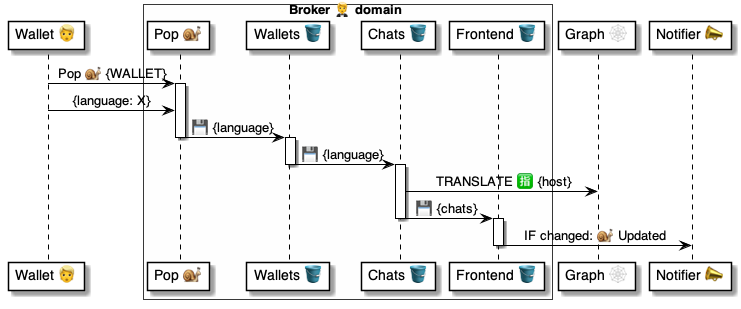
Before: 4 ⚙️ Solution/20 🧑‍🦰 UI/Brokers 🤵/🤵🪣 Broker tables/Chats 💬 table/🪣🧱 30 Inform ⏩ flow/🤵 Broker.Chats.Inform ⚙️ uml.png, a diagram exported from PlantUML (pollyweb-org/pollyweb-docs). Its source is kept beside it as 4 ⚙️ Solution/20 🧑‍🦰 UI/Brokers 🤵/🤵🪣 Broker tables/Chats 💬 table/🪣🧱 30 Inform ⏩ flow/🤵 Broker.Chats.Inform ⚙️ uml.puml.
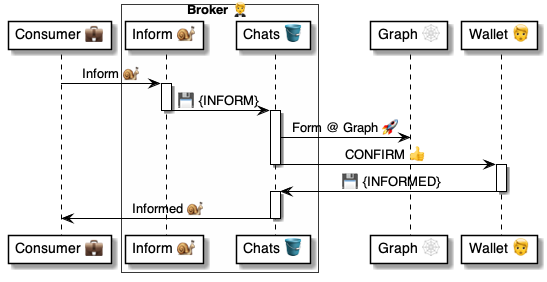
Above is the later version.

Diff of the diagram source:
```diff
@@ -1,33 +1,33 @@
-@startuml Broker.Chats.Localize
+@startuml ⚙️ Broker.Chats.Inform ⏩ flow
 
-participant "Wallet 👱" as wallet
-box Broker 🤵 domain #FFFFFA
-    participant "Pop 🐌" as pop
-    participant "Wallets 🪣" as wallets
-    participant "Chats 🪣" as chats
-    participant "Frontend 🪣" as frontend
+participant "Consumer 💼" as consumer
+
+box Broker 🤵 #FFFFFA
+    participant "Inform 🐌" as broker
+    participant "Chats 🪣" as table
 end box
 participant "Graph 🕸" as graph
-participant "Notifier 📣" as notifier
+participant "Wallet 🧑" as user
 
 
-wallet -> pop: Pop 🐌 {WALLET}
-activate pop
-    wallet -> pop: {language: X}
-    pop -> wallets: 💾 {language}
-deactivate pop
+consumer -> broker: Inform 🐌
 
-activate wallets
-    wallets -> chats: 💾 {language}
-deactivate wallets
+activate broker
+    broker -> table:  💾 {INFORM}
+deactivate broker
 
-activate chats
-    chats -> graph: TRANSLATE 🈯 {host}
-    chats -> frontend: 💾 {chats}
-deactivate chats
+activate table
+    table -> graph: Form @ Graph 🚀
+    table -> user: CONFIRM 👍
+deactivate table
 
-activate frontend
-    frontend -> notifier: IF changed: 🐌 Updated
-deactivate frontend
+activate user
+    user -> table:  💾 {INFORMED}
+deactivate user
+
+activate table
+    table -> consumer: Informed 🐌
+deactivate table
+
 
 @enduml
```
